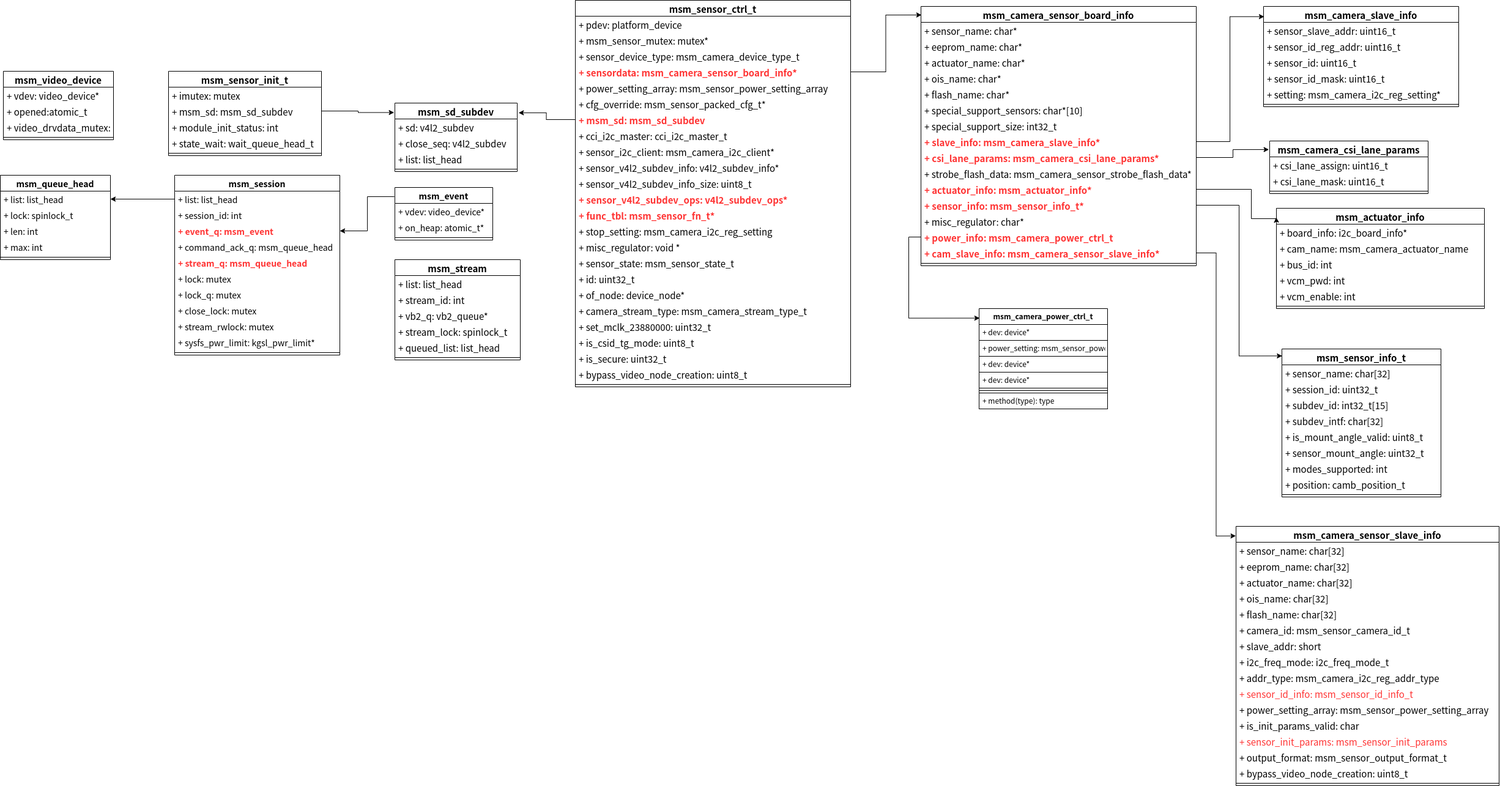
Earlier version of the draw.io export qcom v4l2 camera2类图.png (zhangmeizhen/test2). Source tidied: cells renumbered, new cells last; positions are measured from the earlier drawing's top-left corner, leaving out a move shared by most shapes.
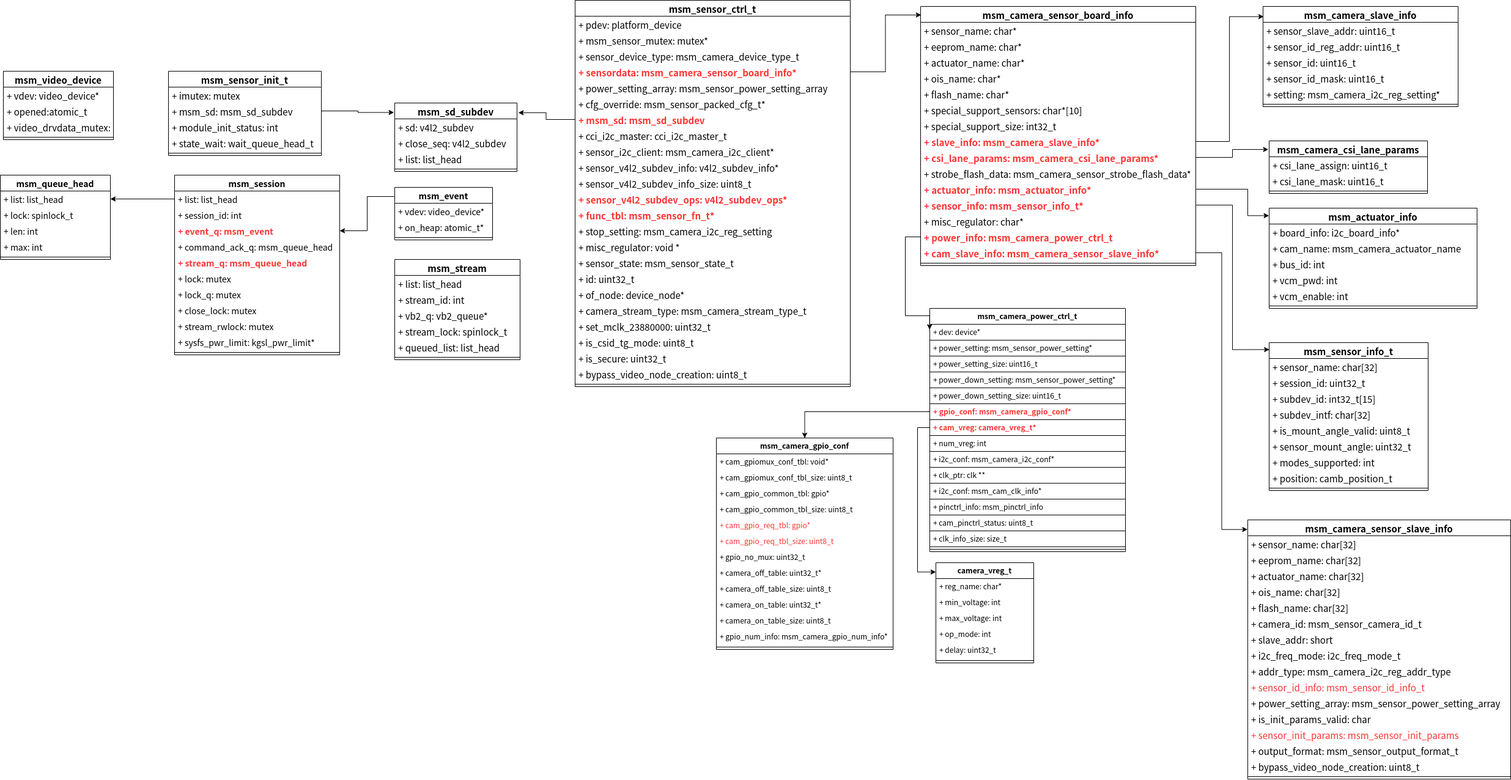
After the commit.

What changed in the source:
```diff
@@ -318,7 +318,7 @@
       <mxGeometry relative="1" as="geometry" />
     </mxCell>
     <mxCell id="107" value="msm_actuator_info" style="swimlane;fontStyle=1;align=center;verticalAlign=top;horizontal=1;startSize=26;fontSize=15;fontColor=#000000;" parent="1" vertex="1">
-      <mxGeometry x="2086" y="340" width="340" height="164" as="geometry" />
+      <mxGeometry x="2075" y="340" width="340" height="164" as="geometry" />
     </mxCell>
     <mxCell id="108" value="+ board_info: i2c_board_info*" style="text;strokeColor=none;fillColor=none;align=left;verticalAlign=top;spacingLeft=4;spacingRight=4;overflow=hidden;fontSize=15;fontColor=#000000;" parent="107" vertex="1">
       <mxGeometry y="26" width="340" height="26" as="geometry" />
@@ -338,16 +338,8 @@
     <mxCell id="113" style="line;strokeWidth=1;fillColor=none;align=left;verticalAlign=middle;spacingTop=-1;spacingLeft=3;spacingRight=3;labelPosition=right;fontSize=15;fontColor=#000000;" parent="107" vertex="1">
       <mxGeometry y="156" width="340" height="8" as="geometry" />
     </mxCell>
-    <mxCell id="114" style="edgeStyle=orthogonalEdgeStyle;rounded=0;jettySize=auto;html=1;entryX=-0.001;entryY=0.091;entryDx=0;entryDy=0;entryPerimeter=0;fontSize=15;fontColor=#000000;" parent="1" edge="1" source="87" target="107">
-      <mxGeometry relative="1" as="geometry">
-        <Array as="points">
-          <mxPoint x="2045" y="309" />
-          <mxPoint x="2045" y="357" />
-        </Array>
-      </mxGeometry>
-    </mxCell>
     <mxCell id="115" value="msm_sensor_info_t" style="swimlane;fontStyle=1;align=center;verticalAlign=top;horizontal=1;startSize=26;fontSize=15;fontColor=#000000;" parent="1" vertex="1">
-      <mxGeometry x="2095" y="570" width="260" height="242" as="geometry" />
+      <mxGeometry x="2075" y="560" width="260" height="242" as="geometry" />
     </mxCell>
     <mxCell id="116" value="+ sensor_name: char[32]" style="text;strokeColor=none;fillColor=none;align=left;verticalAlign=top;spacingLeft=4;spacingRight=4;overflow=hidden;fontSize=15;fontColor=#000000;" parent="115" vertex="1">
       <mxGeometry y="26" width="260" height="26" as="geometry" />
@@ -380,7 +372,7 @@
       <mxGeometry relative="1" as="geometry" />
     </mxCell>
     <mxCell id="126" value="msm_camera_sensor_slave_info" style="swimlane;fontStyle=1;align=center;verticalAlign=top;horizontal=1;startSize=26;fontSize=15;fontColor=#000000;" parent="1" vertex="1">
-      <mxGeometry x="2020" y="860" width="430" height="424" as="geometry" />
+      <mxGeometry x="2040" y="850" width="430" height="424" as="geometry" />
     </mxCell>
     <mxCell id="127" value="+ sensor_name: char[32]" style="text;strokeColor=none;fillColor=none;align=left;verticalAlign=top;spacingLeft=4;spacingRight=4;overflow=hidden;fontSize=15;fontColor=#000000;" parent="126" vertex="1">
       <mxGeometry y="26" width="430" height="26" as="geometry" />
@@ -434,28 +426,137 @@
       <mxGeometry relative="1" as="geometry" />
     </mxCell>
     <mxCell id="144" value="msm_camera_power_ctrl_t" style="swimlane;fontStyle=1;align=center;verticalAlign=top;horizontal=1;startSize=26;fontColor=#000000;strokeColor=#000000;" parent="1" vertex="1">
-      <mxGeometry x="1600" y="504" width="210" height="164" as="geometry" />
+      <mxGeometry x="1520" y="504" width="320" height="398" as="geometry" />
     </mxCell>
     <mxCell id="145" value="+ dev: device*" style="text;strokeColor=#000000;fillColor=none;align=left;verticalAlign=top;spacingLeft=4;spacingRight=4;overflow=hidden;fontColor=#000000;" parent="144" vertex="1">
-      <mxGeometry y="26" width="210" height="26" as="geometry" />
+      <mxGeometry y="26" width="320" height="26" as="geometry" />
     </mxCell>
     <mxCell id="146" value="+ power_setting: msm_sensor_power_setting*" style="text;strokeColor=#000000;fillColor=none;align=left;verticalAlign=top;spacingLeft=4;spacingRight=4;overflow=hidden;fontColor=#000000;" parent="144" vertex="1">
-      <mxGeometry y="52" width="210" height="26" as="geometry" />
+      <mxGeometry y="52" width="320" height="26" as="geometry" />
     </mxCell>
-    <mxCell id="147" value="+ dev: device*" style="text;strokeColor=#000000;fillColor=none;align=left;verticalAlign=top;spacingLeft=4;spacingRight=4;overflow=hidden;fontColor=#000000;" parent="144" vertex="1">
-      <mxGeometry y="78" width="210" height="26" as="geometry" />
+    <mxCell id="147" value="+ power_setting_size: uint16_t" style="text;strokeColor=#000000;fillColor=none;align=left;verticalAlign=top;spacingLeft=4;spacingRight=4;overflow=hidden;fontColor=#000000;" parent="144" vertex="1">
+      <mxGeometry y="78" width="320" height="26" as="geometry" />
     </mxCell>
-    <mxCell id="148" value="+ dev: device*" style="text;strokeColor=#000000;fillColor=none;align=left;verticalAlign=top;spacingLeft=4;spacingRight=4;overflow=hidden;fontColor=#000000;" parent="144" vertex="1">
-      <mxGeometry y="104" width="210" height="26" as="geometry" />
+    <mxCell id="148" value="+ power_down_setting: msm_sensor_power_setting*" style="text;strokeColor=#000000;fillColor=none;align=left;verticalAlign=top;spacingLeft=4;spacingRight=4;overflow=hidden;fontColor=#000000;" parent="144" vertex="1">
+      <mxGeometry y="104" width="320" height="26" as="geometry" />
     </mxCell>
-    <mxCell id="149" style="line;strokeWidth=1;fillColor=none;align=left;verticalAlign=middle;spacingTop=-1;spacingLeft=3;spacingRight=3;labelPosition=right;fontColor=#000000;strokeColor=#000000;" parent="144" vertex="1">
-      <mxGeometry y="130" width="210" height="8" as="geometry" />
-    </mxCell>
-    <mxCell id="150" value="+ method(type): type" style="text;strokeColor=#000000;fillColor=none;align=left;verticalAlign=top;spacingLeft=4;spacingRight=4;overflow=hidden;fontColor=#000000;" parent="144" vertex="1">
-      <mxGeometry y="138" width="210" height="26" as="geometry" />
-    </mxCell>
+    <mxCell id="152" value="+ power_down_setting_size: uint16_t" style="text;strokeColor=#000000;fillColor=none;align=left;verticalAlign=top;spacingLeft=4;spacingRight=4;overflow=hidden;fontColor=#000000;" parent="144" vertex="1">
+      <mxGeometry y="130" width="320" height="26" as="geometry" />
+    </mxCell>
+    <mxCell id="153" value="+ gpio_conf: msm_camera_gpio_conf*" style="text;strokeColor=#000000;fillColor=none;align=left;verticalAlign=top;spacingLeft=4;spacingRight=4;overflow=hidden;points=[[0,0.5],[1,0.5]];portConstraint=eastwest;fontColor=#FF3333;fontStyle=1;" parent="144" vertex="1">
+      <mxGeometry y="156" width="320" height="26" as="geometry" />
+    </mxCell>
+    <mxCell id="154" value="+ cam_vreg: camera_vreg_t*" style="text;strokeColor=#000000;fillColor=none;align=left;verticalAlign=top;spacingLeft=4;spacingRight=4;overflow=hidden;points=[[0,0.5],[1,0.5]];portConstraint=eastwest;fontColor=#FF3333;fontStyle=1;" parent="144" vertex="1">
+      <mxGeometry y="182" width="320" height="26" as="geometry" />
+    </mxCell>
+    <mxCell id="155" value="+ num_vreg: int" style="text;strokeColor=#000000;fillColor=none;align=left;verticalAlign=top;spacingLeft=4;spacingRight=4;overflow=hidden;fontColor=#000000;" parent="144" vertex="1">
+      <mxGeometry y="208" width="320" height="26" as="geometry" />
+    </mxCell>
+    <mxCell id="156" value="+ i2c_conf: msm_camera_i2c_conf*" style="text;strokeColor=#000000;fillColor=none;align=left;verticalAlign=top;spacingLeft=4;spacingRight=4;overflow=hidden;fontColor=#000000;" parent="144" vertex="1">
+      <mxGeometry y="234" width="320" height="26" as="geometry" />
+    </mxCell>
+    <mxCell id="157" value="+ clk_ptr: clk **" style="text;strokeColor=#000000;fillColor=none;align=left;verticalAlign=top;spacingLeft=4;spacingRight=4;overflow=hidden;fontColor=#000000;" parent="144" vertex="1">
+      <mxGeometry y="260" width="320" height="26" as="geometry" />
+    </mxCell>
+    <mxCell id="158" value="+ i2c_conf: msm_cam_clk_info*" style="text;strokeColor=#000000;fillColor=none;align=left;verticalAlign=top;spacingLeft=4;spacingRight=4;overflow=hidden;fontColor=#000000;" parent="144" vertex="1">
+      <mxGeometry y="286" width="320" height="26" as="geometry" />
+    </mxCell>
+    <mxCell id="159" value="+ pinctrl_info: msm_pinctrl_info" style="text;strokeColor=#000000;fillColor=none;align=left;verticalAlign=top;spacingLeft=4;spacingRight=4;overflow=hidden;fontColor=#000000;" parent="144" vertex="1">
+      <mxGeometry y="312" width="320" height="26" as="geometry" />
+    </mxCell>
+    <mxCell id="160" value="+ cam_pinctrl_status: uint8_t" style="text;strokeColor=#000000;fillColor=none;align=left;verticalAlign=top;spacingLeft=4;spacingRight=4;overflow=hidden;fontColor=#000000;" parent="144" vertex="1">
+      <mxGeometry y="338" width="320" height="26" as="geometry" />
+    </mxCell>
+    <mxCell id="161" value="+ clk_info_size: size_t" style="text;strokeColor=#000000;fillColor=none;align=left;verticalAlign=top;spacingLeft=4;spacingRight=4;overflow=hidden;fontColor=#000000;" parent="144" vertex="1">
+      <mxGeometry y="364" width="320" height="26" as="geometry" />
+    </mxCell>
+    <mxCell id="162" style="line;strokeWidth=1;fillColor=none;align=left;verticalAlign=middle;spacingTop=-1;spacingLeft=3;spacingRight=3;labelPosition=right;fontSize=15;fontColor=#000000;" parent="144" vertex="1">
+      <mxGeometry y="390" width="320" height="8" as="geometry" />
+    </mxCell>
-    <mxCell id="151" style="edgeStyle=orthogonalEdgeStyle;rounded=0;jettySize=auto;html=1;entryX=0.004;entryY=0.095;entryDx=0;entryDy=0;entryPerimeter=0;fontColor=#000000;" parent="1" edge="1" source="90" target="144">
-      <mxGeometry relative="1" as="geometry" />
+    <mxCell id="151" style="edgeStyle=orthogonalEdgeStyle;rounded=0;jettySize=auto;html=1;entryX=-0.001;entryY=0.087;entryDx=0;entryDy=0;entryPerimeter=0;fontColor=#000000;" parent="1" edge="1" source="90" target="144">
+      <mxGeometry relative="1" as="geometry">
+        <Array as="points">
+          <mxPoint x="1480" y="387" />
+          <mxPoint x="1480" y="516" />
+        </Array>
+      </mxGeometry>
     </mxCell>
+    <mxCell id="114" style="edgeStyle=orthogonalEdgeStyle;rounded=0;jettySize=auto;html=1;entryX=-0.001;entryY=0.075;entryDx=0;entryDy=0;entryPerimeter=0;fontColor=#000000;" parent="1" edge="1" source="87" target="107">
+      <mxGeometry relative="1" as="geometry">
+        <Array as="points">
+          <mxPoint x="2040" y="309" />
+          <mxPoint x="2040" y="352" />
+        </Array>
+      </mxGeometry>
+    </mxCell>
+    <mxCell id="163" value="msm_camera_gpio_conf" style="swimlane;fontStyle=1;align=center;verticalAlign=top;horizontal=1;startSize=26;fontColor=#000000;strokeColor=#000000;" parent="1" vertex="1">
+      <mxGeometry x="1171" y="716" width="289" height="346" as="geometry" />
+    </mxCell>
+    <mxCell id="164" value="+ cam_gpiomux_conf_tbl: void*" style="text;strokeColor=none;fillColor=none;align=left;verticalAlign=top;spacingLeft=4;spacingRight=4;overflow=hidden;fontColor=#000000;" parent="163" vertex="1">
+      <mxGeometry y="26" width="289" height="26" as="geometry" />
+    </mxCell>
+    <mxCell id="165" value="+ cam_gpiomux_conf_tbl_size: uint8_t" style="text;strokeColor=none;fillColor=none;align=left;verticalAlign=top;spacingLeft=4;spacingRight=4;overflow=hidden;fontColor=#000000;" parent="163" vertex="1">
+      <mxGeometry y="52" width="289" height="26" as="geometry" />
+    </mxCell>
+    <mxCell id="166" value="+ cam_gpio_common_tbl: gpio*" style="text;strokeColor=none;fillColor=none;align=left;verticalAlign=top;spacingLeft=4;spacingRight=4;overflow=hidden;fontColor=#000000;" parent="163" vertex="1">
+      <mxGeometry y="78" width="289" height="26" as="geometry" />
+    </mxCell>
+    <mxCell id="167" value="+ cam_gpio_common_tbl_size: uint8_t" style="text;strokeColor=none;fillColor=none;align=left;verticalAlign=top;spacingLeft=4;spacingRight=4;overflow=hidden;fontColor=#000000;" parent="163" vertex="1">
+      <mxGeometry y="104" width="289" height="26" as="geometry" />
+    </mxCell>
+    <mxCell id="168" value="+ cam_gpio_req_tbl: gpio*" style="text;strokeColor=none;fillColor=none;align=left;verticalAlign=top;spacingLeft=4;spacingRight=4;overflow=hidden;fontColor=#FF3333;" parent="163" vertex="1">
+      <mxGeometry y="130" width="289" height="26" as="geometry" />
+    </mxCell>
+    <mxCell id="169" value="+ cam_gpio_req_tbl_size: uint8_t" style="text;strokeColor=none;fillColor=none;align=left;verticalAlign=top;spacingLeft=4;spacingRight=4;overflow=hidden;fontColor=#FF3333;" parent="163" vertex="1">
+      <mxGeometry y="156" width="289" height="26" as="geometry" />
+    </mxCell>
+    <mxCell id="170" value="+ gpio_no_mux: uint32_t" style="text;strokeColor=none;fillColor=none;align=left;verticalAlign=top;spacingLeft=4;spacingRight=4;overflow=hidden;fontColor=#000000;" parent="163" vertex="1">
+      <mxGeometry y="182" width="289" height="26" as="geometry" />
+    </mxCell>
+    <mxCell id="171" value="+ camera_off_table: uint32_t*" style="text;strokeColor=none;fillColor=none;align=left;verticalAlign=top;spacingLeft=4;spacingRight=4;overflow=hidden;fontColor=#000000;" parent="163" vertex="1">
+      <mxGeometry y="208" width="289" height="26" as="geometry" />
+    </mxCell>
+    <mxCell id="172" value="+ camera_off_table_size: uint8_t" style="text;strokeColor=none;fillColor=none;align=left;verticalAlign=top;spacingLeft=4;spacingRight=4;overflow=hidden;fontColor=#000000;" parent="163" vertex="1">
+      <mxGeometry y="234" width="289" height="26" as="geometry" />
+    </mxCell>
+    <mxCell id="173" value="+ camera_on_table: uint32_t*" style="text;strokeColor=none;fillColor=none;align=left;verticalAlign=top;spacingLeft=4;spacingRight=4;overflow=hidden;fontColor=#000000;" parent="163" vertex="1">
+      <mxGeometry y="260" width="289" height="26" as="geometry" />
+    </mxCell>
+    <mxCell id="174" value="+ camera_on_table_size: uint8_t" style="text;strokeColor=none;fillColor=none;align=left;verticalAlign=top;spacingLeft=4;spacingRight=4;overflow=hidden;fontColor=#000000;" parent="163" vertex="1">
+      <mxGeometry y="286" width="289" height="26" as="geometry" />
+    </mxCell>
+    <mxCell id="175" value="+ gpio_num_info: msm_camera_gpio_num_info*" style="text;strokeColor=none;fillColor=none;align=left;verticalAlign=top;spacingLeft=4;spacingRight=4;overflow=hidden;fontColor=#000000;" parent="163" vertex="1">
+      <mxGeometry y="312" width="289" height="26" as="geometry" />
+    </mxCell>
+    <mxCell id="176" style="line;strokeWidth=1;fillColor=none;align=left;verticalAlign=middle;spacingTop=-1;spacingLeft=3;spacingRight=3;labelPosition=right;fontColor=#000000;" parent="163" vertex="1">
+      <mxGeometry y="338" width="289" height="8" as="geometry" />
+    </mxCell>
+    <mxCell id="177" style="edgeStyle=orthogonalEdgeStyle;rounded=0;jettySize=auto;html=1;entryX=0.5;entryY=0;entryDx=0;entryDy=0;fontColor=#000000;" parent="1" edge="1" source="153" target="163">
+      <mxGeometry relative="1" as="geometry" />
+    </mxCell>
+    <mxCell id="178" value="camera_vreg_t" style="swimlane;fontStyle=1;align=center;verticalAlign=top;horizontal=1;startSize=26;fontColor=#000000;strokeColor=#000000;" parent="1" vertex="1">
+      <mxGeometry x="1530" y="920" width="160" height="164" as="geometry" />
+    </mxCell>
+    <mxCell id="179" value="+ reg_name: char*" style="text;strokeColor=none;fillColor=none;align=left;verticalAlign=top;spacingLeft=4;spacingRight=4;overflow=hidden;fontColor=#000000;" parent="178" vertex="1">
+      <mxGeometry y="26" width="160" height="26" as="geometry" />
+    </mxCell>
+    <mxCell id="180" value="+ min_voltage: int" style="text;strokeColor=none;fillColor=none;align=left;verticalAlign=top;spacingLeft=4;spacingRight=4;overflow=hidden;fontColor=#000000;" parent="178" vertex="1">
+      <mxGeometry y="52" width="160" height="26" as="geometry" />
+    </mxCell>
+    <mxCell id="181" value="+ max_voltage: int" style="text;strokeColor=none;fillColor=none;align=left;verticalAlign=top;spacingLeft=4;spacingRight=4;overflow=hidden;fontColor=#000000;" parent="178" vertex="1">
+      <mxGeometry y="78" width="160" height="26" as="geometry" />
+    </mxCell>
+    <mxCell id="182" value="+ op_mode: int" style="text;strokeColor=none;fillColor=none;align=left;verticalAlign=top;spacingLeft=4;spacingRight=4;overflow=hidden;fontColor=#000000;" parent="178" vertex="1">
+      <mxGeometry y="104" width="160" height="26" as="geometry" />
+    </mxCell>
+    <mxCell id="183" value="+ delay: uint32_t" style="text;strokeColor=none;fillColor=none;align=left;verticalAlign=top;spacingLeft=4;spacingRight=4;overflow=hidden;fontColor=#000000;" parent="178" vertex="1">
+      <mxGeometry y="130" width="160" height="26" as="geometry" />
+    </mxCell>
+    <mxCell id="184" style="line;strokeWidth=1;fillColor=none;align=left;verticalAlign=middle;spacingTop=-1;spacingLeft=3;spacingRight=3;labelPosition=right;fontColor=#000000;" parent="178" vertex="1">
+      <mxGeometry y="156" width="160" height="8" as="geometry" />
+    </mxCell>
+    <mxCell id="185" style="edgeStyle=orthogonalEdgeStyle;rounded=0;jettySize=auto;html=1;entryX=-0.001;entryY=0.093;entryDx=0;entryDy=0;entryPerimeter=0;fontColor=#000000;" parent="1" edge="1" source="154" target="178">
+      <mxGeometry relative="1" as="geometry" />
+    </mxCell>
   </root>
 </mxGraphModel>
```
